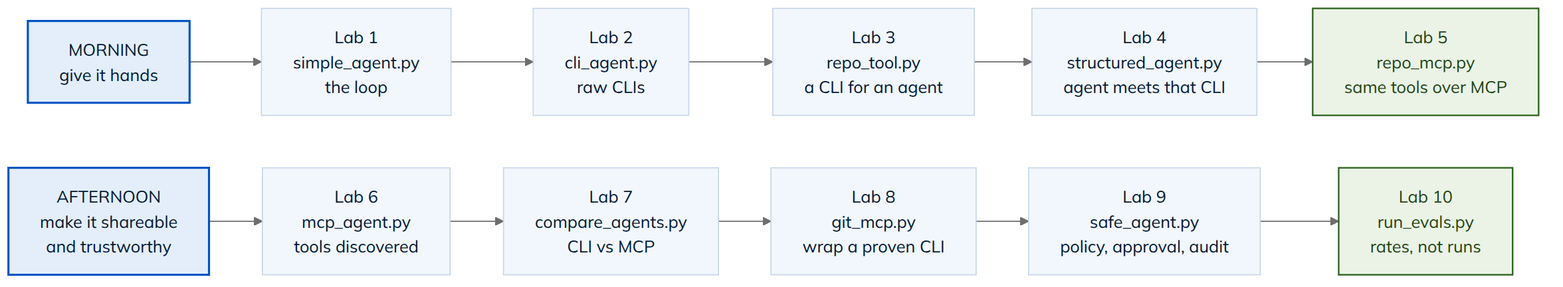
This is diagrams/workshop-arc.png from skillrepos/handsai, a Mermaid export, as it was before one commit. Its source is kept beside it as diagrams/workshop-arc.mmd. The source it was exported from:
```mermaid
%%{init: {"theme": "base", "fontFamily": "Mulish, Helvetica, Arial, sans-serif", "themeVariables": {"fontFamily": "Mulish, Helvetica, Arial, sans-serif", "fontSize": "16px", "primaryColor": "#F2F7FD", "primaryTextColor": "#011936", "primaryBorderColor": "#C3D4E8", "lineColor": "#6E6E6E", "textColor": "#292929", "clusterBkg": "#FFFFFF", "clusterBorder": "#C3D4E8", "edgeLabelBackground": "#FFFFFF", "tertiaryColor": "#FFFFFF"}, "flowchart": {"wrappingWidth": 340}}}%%
flowchart LR
    M["MORNING<br/>give it hands"] --> L1["Lab 1<br/>simple_agent.py<br/>the loop"]
    L1 --> L2["Lab 2<br/>cli_agent.py<br/>raw CLIs"]
    L2 --> L3["Lab 3<br/>repo_tool.py<br/>a CLI for an agent"]
    L3 --> L4["Lab 4<br/>structured_agent.py<br/>agent meets that CLI"]
    L4 --> L5["Lab 5<br/>repo_mcp.py<br/>same tools over MCP"]
    P["AFTERNOON<br/>make it shareable<br/>and trustworthy"] --> L6["Lab 6<br/>mcp_agent.py<br/>tools discovered"]
    L6 --> L7["Lab 7<br/>compare_agents.py<br/>CLI vs MCP"]
    L7 --> L8["Lab 8<br/>git_mcp.py<br/>wrap a proven CLI"]
    L8 --> L9["Lab 9<br/>safe_agent.py<br/>policy, approval, audit"]
    L9 --> L10["Lab 10<br/>run_evals.py<br/>rates, not runs"]

    classDef dec fill:#FDF3E7,stroke:#A85410,stroke-width:1.5px,color:#011936
    classDef good fill:#EAF3E6,stroke:#2F6620,stroke-width:1.5px,color:#1F4512
    classDef stop fill:#F4F4F4,stroke:#6E6E6E,stroke-width:1.5px,color:#292929
    classDef key fill:#E3EEFA,stroke:#0053C3,stroke-width:2px,color:#011936

    class M,P key
    class L5,L10 good
```
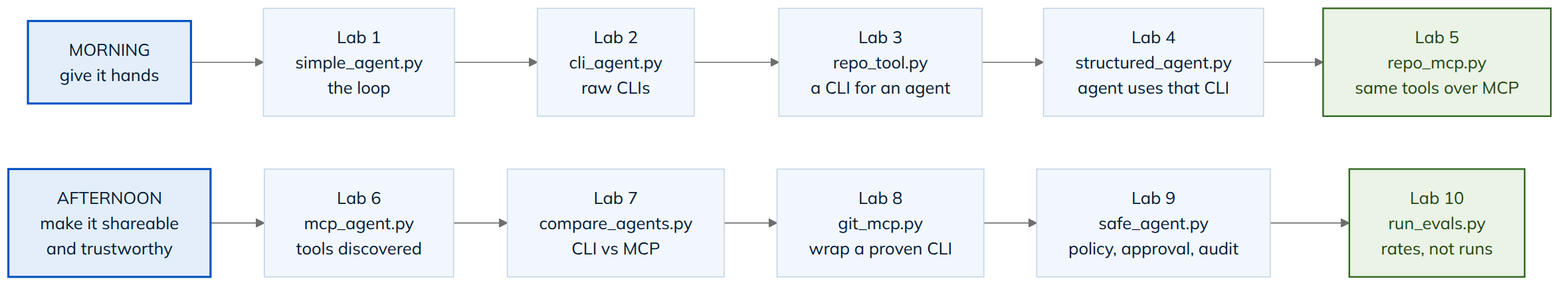
The same diagram one commit later.

The edit, as a diff of the source:
```diff
@@ -3,7 +3,7 @@
     M["MORNING<br/>give it hands"] --> L1["Lab 1<br/>simple_agent.py<br/>the loop"]
     L1 --> L2["Lab 2<br/>cli_agent.py<br/>raw CLIs"]
     L2 --> L3["Lab 3<br/>repo_tool.py<br/>a CLI for an agent"]
-    L3 --> L4["Lab 4<br/>structured_agent.py<br/>agent meets that CLI"]
+    L3 --> L4["Lab 4<br/>structured_agent.py<br/>agent uses that CLI"]
     L4 --> L5["Lab 5<br/>repo_mcp.py<br/>same tools over MCP"]
     P["AFTERNOON<br/>make it shareable<br/>and trustworthy"] --> L6["Lab 6<br/>mcp_agent.py<br/>tools discovered"]
     L6 --> L7["Lab 7<br/>compare_agents.py<br/>CLI vs MCP"]
```
